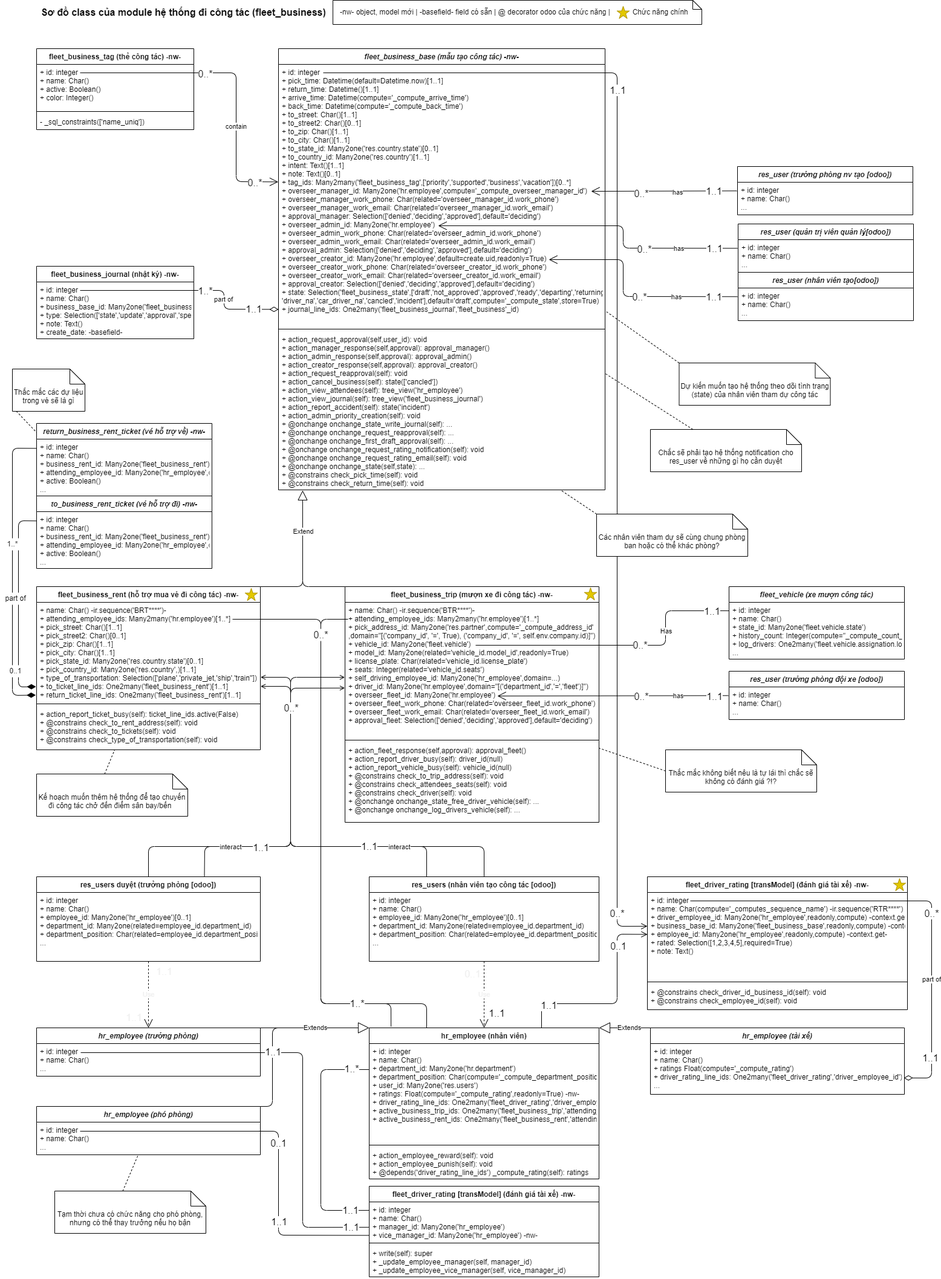
The draw.io diagram uml-diargrams/uml_class_fleet_business.png in NgoHuuNghia/odoo15-digitalocean, before a commit. Source tidied: cells renumbered, new cells last; positions are measured from the earlier drawing's top-left corner, leaving out a move shared by most shapes.
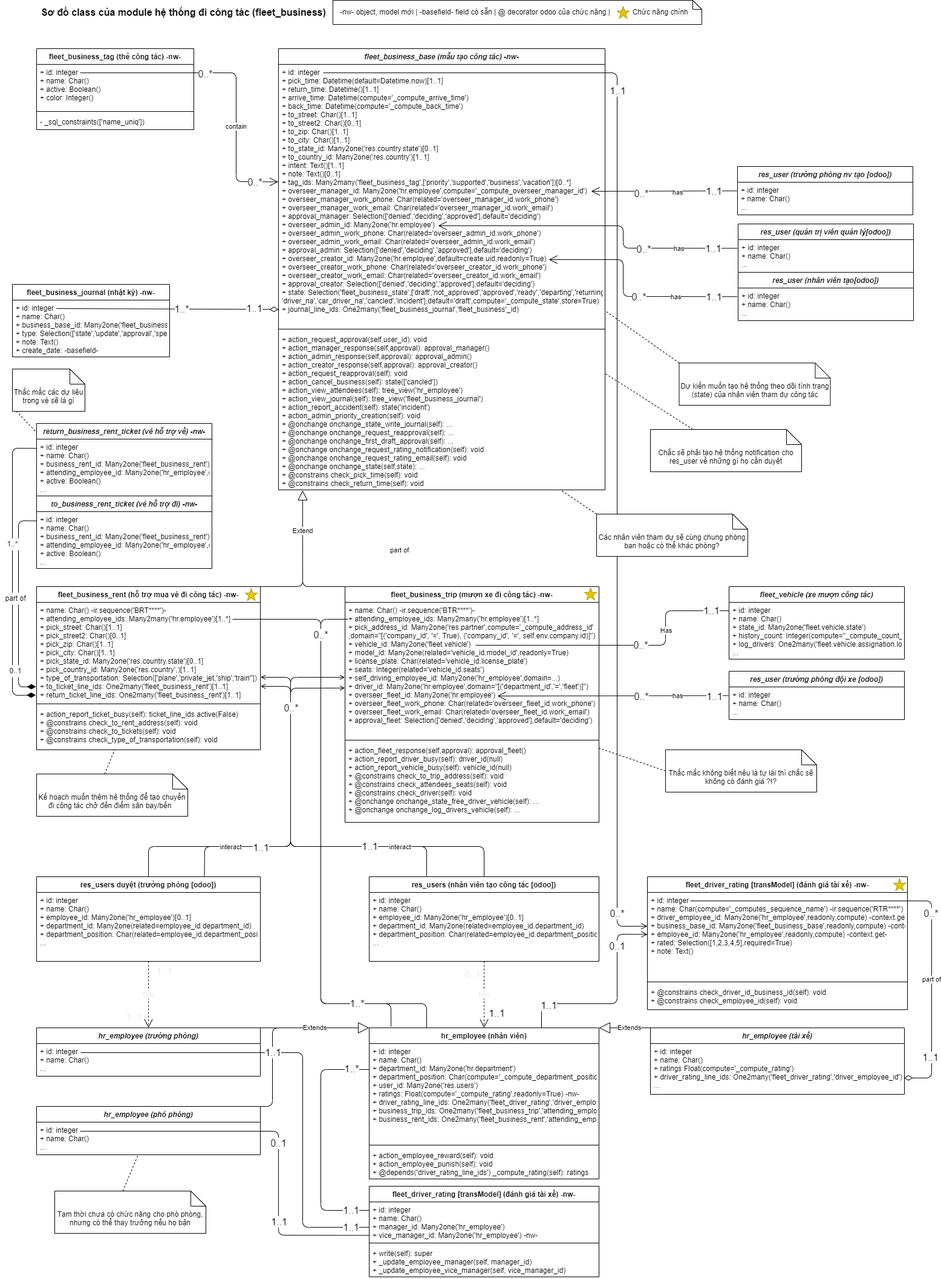
The same file after the commit.

Change to the diagram source:
```diff
@@ -49,7 +49,7 @@
     <mxCell id="8" value="hr_employee (nhân viên)" style="swimlane;fontStyle=1;align=center;verticalAlign=top;horizontal=1;startSize=26;" parent="1" vertex="1">
       <mxGeometry x="610" y="1700" width="380" height="250" as="geometry" />
     </mxCell>
-    <mxCell id="9" value="+ id: integer&#10;+ name: Char()&#10;+ department_id: Many2one('hr.department')&#10;+ department_position: Char(compute='_compute_department_position',store=True) -nw-&#10;+ user_id: Many2one('res.users')&#10;+ ratings: Float(compute='_compute_rating',readonly=True) -nw-&#10;+ driver_rating_line_ids: One2many('fleet_driver_rating','driver_employee_id') -nw-&#10;+ active_business_trip_ids: One2many('fleet_business_trip','attending_employee_ids') -nw-&#10;+ active_business_rent_ids: One2many('fleet_business_rent','attending_employee_ids') -nw-" style="text;strokeColor=none;fillColor=none;align=left;verticalAlign=top;spacingLeft=4;spacingRight=4;overflow=hidden;labelBackgroundColor=default;" parent="8" vertex="1">
+    <mxCell id="9" value="+ id: integer&#10;+ name: Char()&#10;+ department_id: Many2one('hr.department')&#10;+ department_position: Char(compute='_compute_department_position',store=True) -nw-&#10;+ user_id: Many2one('res.users')&#10;+ ratings: Float(compute='_compute_rating',readonly=True) -nw-&#10;+ driver_rating_line_ids: One2many('fleet_driver_rating','driver_employee_id') -nw-&#10;+ business_trip_ids: One2many('fleet_business_trip','attending_employee_ids') -nw-&#10;+ business_rent_ids: One2many('fleet_business_rent','attending_employee_ids') -nw-" style="text;strokeColor=none;fillColor=none;align=left;verticalAlign=top;spacingLeft=4;spacingRight=4;overflow=hidden;labelBackgroundColor=default;" parent="8" vertex="1">
       <mxGeometry y="26" width="380" height="164" as="geometry" />
     </mxCell>
     <mxCell id="10" style="line;strokeWidth=1;fillColor=none;align=left;verticalAlign=middle;spacingTop=-1;spacingLeft=3;spacingRight=3;labelPosition=right;" parent="8" vertex="1">
@@ -274,18 +274,15 @@
       </mxGeometry>
     </mxCell>
     <mxCell id="59" value="fleet_business_journal (nhật ký) -nw-" style="swimlane;fontStyle=1;align=center;verticalAlign=top;horizontal=1;startSize=26;" parent="1" vertex="1">
-      <mxGeometry x="60" y="440" width="260" height="120" as="geometry" />
+      <mxGeometry x="20" y="470" width="260" height="120" as="geometry" />
     </mxCell>
     <mxCell id="60" value="+ id: integer&#10;+ name: Char()&#10;+ business_base_id: Many2one('fleet_business_base',readonly=True)&#10;+ type: Selection(['state','update','approval','special'])&#10;+ note: Text()&#10;+ create_date: -basefield-" style="text;strokeColor=none;fillColor=none;align=left;verticalAlign=top;spacingLeft=4;spacingRight=4;overflow=hidden;" parent="59" vertex="1">
       <mxGeometry y="26" width="260" height="94" as="geometry" />
     </mxCell>
     <mxCell id="61" value="part of" style="endArrow=diamondThin;endFill=0;endSize=12;html=1;entryX=0;entryY=0.934;entryDx=0;entryDy=0;entryPerimeter=0;" parent="1" edge="1" target="53">
-      <mxGeometry x="0.41" y="-1" relative="1" as="geometry">
-        <mxPoint x="132" y="480" as="sourcePoint" />
-        <Array as="points">
-          <mxPoint x="370" y="480" />
-          <mxPoint x="370" y="511" />
-        </Array>
+      <mxGeometry x="1" y="-446" relative="1" as="geometry">
+        <mxPoint x="93" y="510" as="sourcePoint" />
+        <mxPoint x="202" y="-47" as="offset" />
       </mxGeometry>
     </mxCell>
     <mxCell id="62" value="1..*" style="edgeLabel;html=1;align=center;verticalAlign=middle;fontSize=16;" parent="61" vertex="1">
@@ -295,7 +292,7 @@
     </mxCell>
     <mxCell id="63" value="1..1" style="edgeLabel;html=1;align=center;verticalAlign=middle;fontSize=16;" parent="61" vertex="1">
       <mxGeometry x="0.11" y="-1" relative="1" as="geometry">
-        <mxPoint x="88" y="29" as="offset" />
+        <mxPoint x="124" y="-2" as="offset" />
       </mxGeometry>
     </mxCell>
     <mxCell id="64" value="fleet_driver_rating [transModel] (đánh giá tài xế) -nw-" style="swimlane;fontStyle=1;align=center;verticalAlign=top;horizontal=1;startSize=26;labelBackgroundColor=none;fontColor=default;" parent="1" vertex="1">
```
